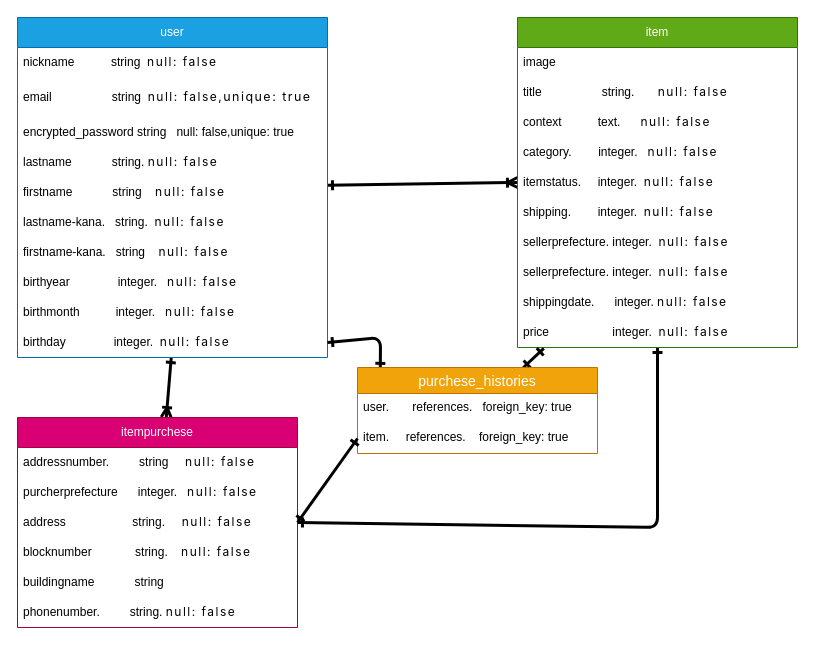
This is detabese.dio from firecomenntdo/furima-41438, a draw.io file, before an edit. Source tidied: cells renumbered, new cells numbered last; positions are measured from the earlier drawing's top-left corner, leaving out a move shared by most shapes. Both pictures are drawn from the tidied source at 100%, with x=0, y=0 at pixel (17, 17).
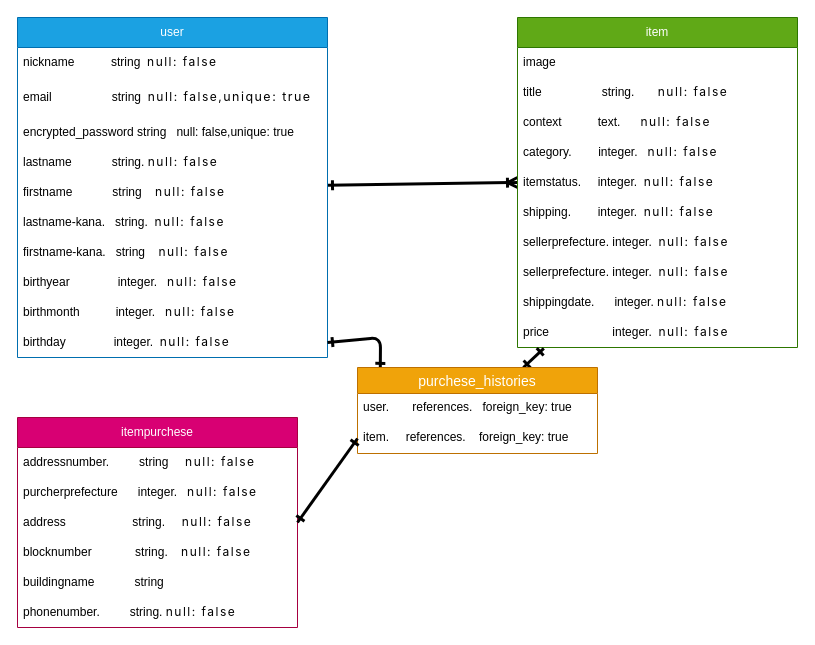
Above is the later version.

Unchanged cells that the change refers to:
```xml
<mxCell id="14" value="birthday　　　　integer.&amp;nbsp;&amp;nbsp;&lt;span style=&quot;font-family: -apple-system, &amp;quot;system-ui&amp;quot;, &amp;quot;Noto Sans JP&amp;quot;, &amp;quot;Hiragino Sans&amp;quot;, &amp;quot;Hiragino Kaku Gothic ProN&amp;quot;, &amp;quot;segoe ui&amp;quot;, メイリオ, Meiryo, &amp;quot;ＭＳ Ｐゴシック&amp;quot;, &amp;quot;MS PGothic&amp;quot;, sans-serif; letter-spacing: 1.4952px;&quot;&gt;null: false&lt;/span&gt;" style="text;strokeColor=none;fillColor=none;align=left;verticalAlign=middle;spacingLeft=4;spacingRight=4;overflow=hidden;points=[[0,0.5],[1,0.5]];portConstraint=eastwest;whiteSpace=wrap;html=1;" parent="4" vertex="1">
  <mxGeometry y="310" width="310" height="30" as="geometry" />
</mxCell>
<mxCell id="16" value="item" style="swimlane;fontStyle=0;horizontal=1;startSize=30;whiteSpace=wrap;html=1;fillColor=#60a917;fontColor=#ffffff;strokeColor=#2D7600;swimlaneFillColor=default;" parent="1" vertex="1">
  <mxGeometry x="500" width="280" height="330" as="geometry" />
</mxCell>
<mxCell id="27" value="itempurchese" style="swimlane;fontStyle=0;horizontal=1;startSize=30;whiteSpace=wrap;html=1;fillColor=#d80073;fontColor=#ffffff;strokeColor=#A50040;swimlaneFillColor=default;" parent="1" vertex="1">
  <mxGeometry y="400" width="280" height="210" as="geometry" />
</mxCell>
<mxCell id="30" value="address&amp;nbsp; &amp;nbsp; &amp;nbsp; &amp;nbsp; &amp;nbsp; &amp;nbsp; &amp;nbsp; &amp;nbsp; &amp;nbsp; &amp;nbsp; string.&amp;nbsp; &amp;nbsp; &amp;nbsp;&lt;span style=&quot;font-family: -apple-system, &amp;quot;system-ui&amp;quot;, &amp;quot;Noto Sans JP&amp;quot;, &amp;quot;Hiragino Sans&amp;quot;, &amp;quot;Hiragino Kaku Gothic ProN&amp;quot;, &amp;quot;segoe ui&amp;quot;, メイリオ, Meiryo, &amp;quot;ＭＳ Ｐゴシック&amp;quot;, &amp;quot;MS PGothic&amp;quot;, sans-serif; letter-spacing: 1.4952px;&quot;&gt;null: false&lt;/span&gt;" style="text;strokeColor=none;fillColor=none;align=left;verticalAlign=middle;spacingLeft=4;spacingRight=4;overflow=hidden;points=[[0,0.5],[1,0.5]];portConstraint=eastwest;whiteSpace=wrap;html=1;fontSize=12;" parent="27" vertex="1">
  <mxGeometry y="90" width="280" height="30" as="geometry" />
</mxCell>
```

Diff of the diagram source:
```diff
@@
-    <mxCell id="2" style="edgeStyle=none;html=1;fontSize=12;endArrow=ERoneToMany;endFill=0;strokeWidth=3;startArrow=ERone;startFill=0;" parent="1" edge="1" source="14" target="27">
-      <mxGeometry relative="1" as="geometry" />
-    </mxCell>
@@
-    <mxCell id="15" style="edgeStyle=none;html=1;entryX=1;entryY=0.5;entryDx=0;entryDy=0;strokeWidth=3;fontSize=12;endArrow=ERone;endFill=0;startArrow=ERone;startFill=0;" parent="1" edge="1" source="16" target="30">
-      <mxGeometry relative="1" as="geometry">
-        <Array as="points">
-          <mxPoint x="640" y="510" />
-        </Array>
-      </mxGeometry>
-    </mxCell>
```
